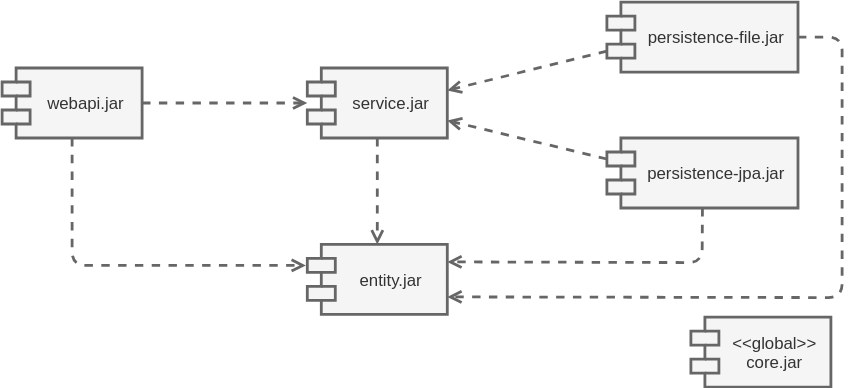
Above: src/img/blogs/2022/0519_archunit-jar.drawio.svg in mamezou-tech/mamezou-tech-site (draw.io), before the change. Source tidied: cells renumbered, new cells last; positions are measured from the earlier drawing's top-left corner, leaving out a move shared by most shapes. The source it was exported from:
```xml
<mxGraphModel>
  <root>
    <mxCell id="0" />
    <mxCell id="1" parent="0" />
    <mxCell id="2" style="edgeStyle=none;html=1;exitX=1;exitY=0.5;exitDx=0;exitDy=0;entryX=0;entryY=0.5;entryDx=0;entryDy=0;entryPerimeter=0;endArrow=open;endFill=0;dashed=1;fillColor=#f5f5f5;strokeColor=#666666;strokeWidth=2;" parent="1" edge="1" source="4" target="6">
      <mxGeometry relative="1" as="geometry" />
    </mxCell>
    <mxCell id="3" style="edgeStyle=none;shape=connector;rounded=1;html=1;exitX=0.5;exitY=1;exitDx=0;exitDy=0;dashed=1;labelBackgroundColor=default;fontFamily=Helvetica;fontSize=11;fontColor=default;endArrow=open;endFill=0;strokeColor=#666666;fillColor=#f5f5f5;strokeWidth=2;" parent="1" edge="1" source="4">
      <mxGeometry relative="1" as="geometry">
        <mxPoint x="217" y="188" as="targetPoint" />
        <Array as="points">
          <mxPoint x="50" y="188" />
        </Array>
      </mxGeometry>
    </mxCell>
    <mxCell id="4" value="webapi.jar" style="shape=module;align=left;spacingLeft=20;align=center;verticalAlign=middle;fillColor=#f5f5f5;strokeColor=#666666;strokeWidth=2;fontColor=#333333;" parent="1" vertex="1">
      <mxGeometry y="47" width="100" height="50" as="geometry" />
    </mxCell>
    <mxCell id="5" style="edgeStyle=none;shape=connector;rounded=1;html=1;exitX=0.5;exitY=1;exitDx=0;exitDy=0;entryX=0.5;entryY=0;entryDx=0;entryDy=0;dashed=1;labelBackgroundColor=default;fontFamily=Helvetica;fontSize=11;fontColor=default;endArrow=open;endFill=0;strokeColor=#666666;fillColor=#f5f5f5;strokeWidth=2;" parent="1" edge="1" source="6" target="13">
      <mxGeometry relative="1" as="geometry" />
    </mxCell>
    <mxCell id="6" value="service.jar" style="shape=module;align=left;spacingLeft=20;align=center;verticalAlign=middle;fillColor=#f5f5f5;strokeColor=#666666;strokeWidth=2;fontColor=#333333;" parent="1" vertex="1">
      <mxGeometry x="218" y="47" width="100" height="50" as="geometry" />
    </mxCell>
    <mxCell id="7" style="edgeStyle=none;shape=connector;rounded=1;html=1;exitX=0;exitY=0;exitDx=0;exitDy=35;exitPerimeter=0;entryX=1;entryY=0.32;entryDx=0;entryDy=0;dashed=1;labelBackgroundColor=default;fontFamily=Helvetica;fontSize=11;fontColor=default;endArrow=open;endFill=0;strokeColor=#666666;entryPerimeter=0;fillColor=#f5f5f5;strokeWidth=2;" parent="1" edge="1" source="9" target="6">
      <mxGeometry relative="1" as="geometry" />
    </mxCell>
    <mxCell id="8" style="edgeStyle=none;shape=connector;rounded=1;html=1;exitX=1;exitY=0.5;exitDx=0;exitDy=0;entryX=1;entryY=0.75;entryDx=0;entryDy=0;dashed=1;labelBackgroundColor=default;fontFamily=Helvetica;fontSize=11;fontColor=default;endArrow=open;endFill=0;strokeColor=#666666;strokeWidth=2;fillColor=#f5f5f5;" parent="1" edge="1" source="9" target="13">
      <mxGeometry relative="1" as="geometry">
        <Array as="points">
          <mxPoint x="600" y="25" />
          <mxPoint x="600" y="211" />
        </Array>
      </mxGeometry>
    </mxCell>
    <mxCell id="9" value="persistence-file.jar" style="shape=module;align=left;spacingLeft=20;align=center;verticalAlign=middle;fillColor=#f5f5f5;strokeColor=#666666;strokeWidth=2;fontColor=#333333;" parent="1" vertex="1">
      <mxGeometry x="432" width="136.5" height="50" as="geometry" />
    </mxCell>
    <mxCell id="10" style="edgeStyle=none;shape=connector;rounded=1;html=1;exitX=0;exitY=0;exitDx=0;exitDy=15;exitPerimeter=0;entryX=1;entryY=0.75;entryDx=0;entryDy=0;dashed=1;labelBackgroundColor=default;fontFamily=Helvetica;fontSize=11;fontColor=default;endArrow=open;endFill=0;strokeColor=#666666;fillColor=#f5f5f5;strokeWidth=2;" parent="1" edge="1" source="12" target="6">
      <mxGeometry relative="1" as="geometry" />
    </mxCell>
    <mxCell id="11" style="edgeStyle=none;shape=connector;rounded=1;html=1;exitX=0.5;exitY=1;exitDx=0;exitDy=0;dashed=1;labelBackgroundColor=default;fontFamily=Helvetica;fontSize=11;fontColor=default;endArrow=open;endFill=0;strokeColor=#666666;strokeWidth=2;fillColor=#f5f5f5;entryX=1;entryY=0.25;entryDx=0;entryDy=0;" parent="1" edge="1" source="12" target="13">
      <mxGeometry relative="1" as="geometry">
        <Array as="points">
          <mxPoint x="500" y="186" />
        </Array>
      </mxGeometry>
    </mxCell>
    <mxCell id="12" value="persistence-jpa.jar" style="shape=module;align=left;spacingLeft=20;align=center;verticalAlign=middle;fillColor=#f5f5f5;strokeColor=#666666;strokeWidth=2;fontColor=#333333;" parent="1" vertex="1">
      <mxGeometry x="432" y="97" width="136.5" height="50" as="geometry" />
    </mxCell>
    <mxCell id="13" value="entity.jar" style="shape=module;align=left;spacingLeft=20;align=center;verticalAlign=middle;fillColor=#f5f5f5;strokeColor=#666666;strokeWidth=2;fontColor=#333333;" parent="1" vertex="1">
      <mxGeometry x="218" y="173" width="100" height="50" as="geometry" />
    </mxCell>
    <mxCell id="14" value="&lt;&lt;global&gt;&gt;&#10;core.jar" style="shape=module;align=left;spacingLeft=20;align=center;verticalAlign=middle;fillColor=#f5f5f5;strokeColor=#666666;strokeWidth=2;fontColor=#333333;" parent="1" vertex="1">
      <mxGeometry x="492" y="225" width="100" height="50" as="geometry" />
    </mxCell>
  </root>
</mxGraphModel>
```
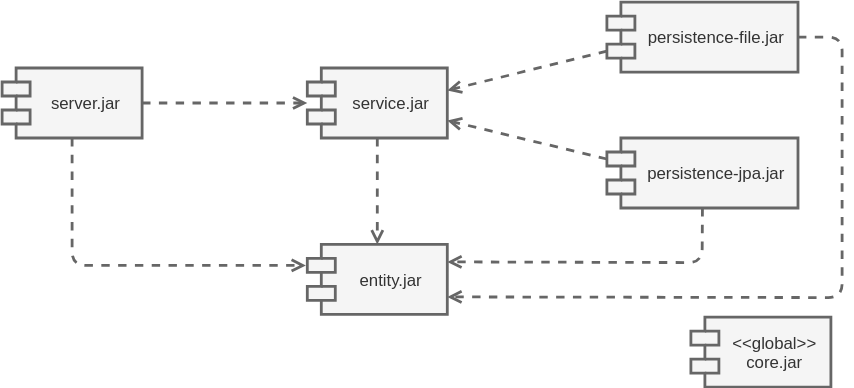
After the commit.

What changed in the source:
```diff
@@ -13,7 +13,7 @@
         </Array>
       </mxGeometry>
     </mxCell>
-    <mxCell id="4" value="webapi.jar" style="shape=module;align=left;spacingLeft=20;align=center;verticalAlign=middle;fillColor=#f5f5f5;strokeColor=#666666;strokeWidth=2;fontColor=#333333;" parent="1" vertex="1">
+    <mxCell id="4" value="server.jar" style="shape=module;align=left;spacingLeft=20;align=center;verticalAlign=middle;fillColor=#f5f5f5;strokeColor=#666666;strokeWidth=2;fontColor=#333333;" parent="1" vertex="1">
       <mxGeometry y="47" width="100" height="50" as="geometry" />
     </mxCell>
     <mxCell id="5" style="edgeStyle=none;shape=connector;rounded=1;html=1;exitX=0.5;exitY=1;exitDx=0;exitDy=0;entryX=0.5;entryY=0;entryDx=0;entryDy=0;dashed=1;labelBackgroundColor=default;fontFamily=Helvetica;fontSize=11;fontColor=default;endArrow=open;endFill=0;strokeColor=#666666;fillColor=#f5f5f5;strokeWidth=2;" parent="1" edge="1" source="6" target="13">
```
